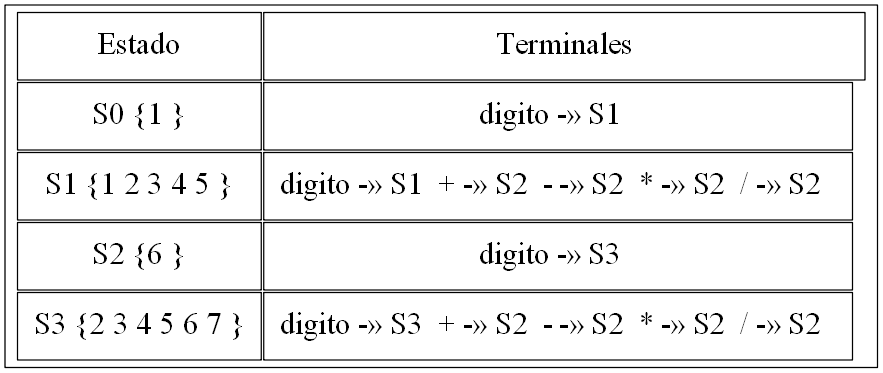
Earlier version of the Graphviz export trans_operaciones.png (montherbasir/Practica1_OLC1). Its source is kept beside it as trans_operaciones.dot.
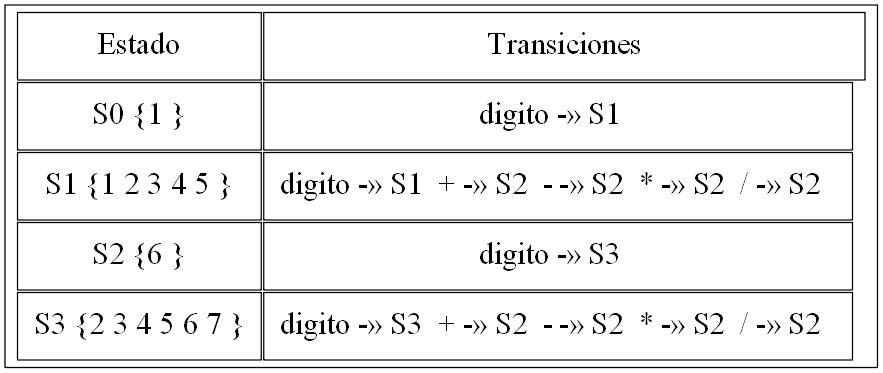
After the commit.

Diff of the diagram source:
```diff
@@ -6,7 +6,7 @@
 
 N [label=<
 <table border="0" cellborder="1" cellpadding="12">
-  <tr><td>Estado</td><td colspan="6">Terminales</td></tr>  <tr><td>S0 {1 }</td><td>digito -» S1  </td></tr>
+  <tr><td>Estado</td><td colspan="6">Transiciones</td></tr>  <tr><td>S0 {1 }</td><td>digito -» S1  </td></tr>
   <tr><td>S1 {1 2 3 4 5 }</td><td>digito -» S1  + -» S2  - -» S2  * -» S2  / -» S2  </td></tr>
   <tr><td>S2 {6 }</td><td>digito -» S3  </td></tr>
   <tr><td>S3 {2 3 4 5 6 7 }</td><td>digito -» S3  + -» S2  - -» S2  * -» S2  / -» S2  </td></tr>
```
